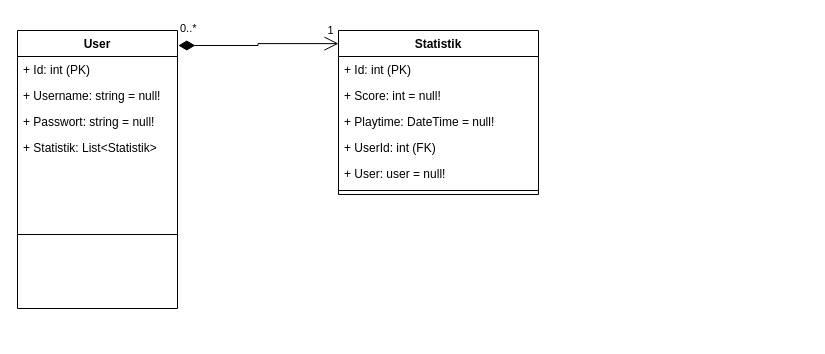
Before: Doppelt_UML.drawio in BaranAlg/Multitool-Project, a draw.io diagram. Source tidied: cells renumbered, new cells numbered last; positions are measured from the earlier drawing's top-left corner, leaving out a move shared by most shapes. Both pictures are drawn from the tidied source at 100%, with x=0, y=0 at pixel (17, 30).
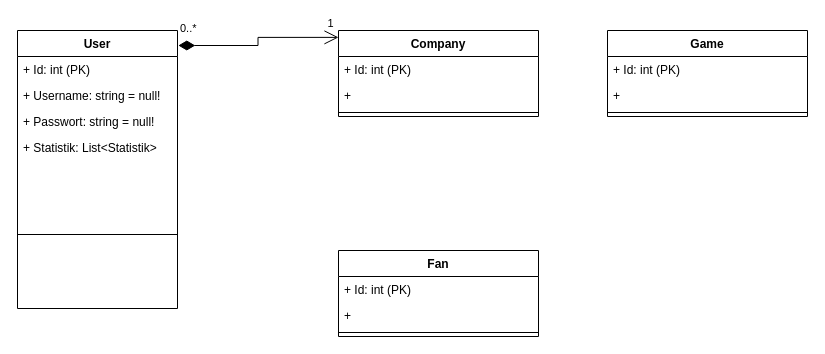
The same diagram, later.

Diff of the diagram source:
```diff
@@
-    <mxCell id="2" value="Statistik" style="swimlane;fontStyle=1;align=center;verticalAlign=top;horizontal=1;startSize=26;whiteSpace=wrap;html=1;" parent="1" vertex="1">
-      <mxGeometry x="321" width="200" height="164" as="geometry" />
+    <mxCell id="2" value="Company" style="swimlane;fontStyle=1;align=center;verticalAlign=top;horizontal=1;startSize=26;whiteSpace=wrap;html=1;" parent="1" vertex="1">
+      <mxGeometry x="321" width="200" height="86" as="geometry" />
     </mxCell>
@@
-    <mxCell id="4" value="+ Score: int = null!" style="text;strokeColor=none;fillColor=none;align=left;verticalAlign=top;spacingLeft=4;spacingRight=4;overflow=hidden;whiteSpace=wrap;html=1;" parent="2" vertex="1">
+    <mxCell id="4" value="+&amp;nbsp;" style="text;strokeColor=none;fillColor=none;align=left;verticalAlign=top;spacingLeft=4;spacingRight=4;overflow=hidden;whiteSpace=wrap;html=1;" parent="2" vertex="1">
       <mxGeometry y="52" width="200" height="26" as="geometry" />
     </mxCell>
-    <mxCell id="5" value="+ Playtime: DateTime = null!" style="text;strokeColor=none;fillColor=none;align=left;verticalAlign=top;spacingLeft=4;spacingRight=4;overflow=hidden;whiteSpace=wrap;html=1;" parent="2" vertex="1">
-      <mxGeometry y="78" width="200" height="26" as="geometry" />
-    </mxCell>
-    <mxCell id="6" value="+ UserId: int (FK)" style="text;strokeColor=none;fillColor=none;align=left;verticalAlign=top;spacingLeft=4;spacingRight=4;overflow=hidden;whiteSpace=wrap;html=1;" parent="2" vertex="1">
-      <mxGeometry y="104" width="200" height="26" as="geometry" />
-    </mxCell>
-    <mxCell id="7" value="+ User: user = null!" style="text;strokeColor=none;fillColor=none;align=left;verticalAlign=top;spacingLeft=4;spacingRight=4;overflow=hidden;whiteSpace=wrap;html=1;" parent="2" vertex="1">
-      <mxGeometry y="130" width="200" height="26" as="geometry" />
-    </mxCell>
     <mxCell id="8" style="line;strokeWidth=1;fillColor=none;align=left;verticalAlign=middle;spacingTop=-1;spacingLeft=3;spacingRight=3;labelPosition=right;strokeColor=inherit;" parent="2" vertex="1">
-      <mxGeometry y="156" width="200" height="8" as="geometry" />
+      <mxGeometry y="78" width="200" height="8" as="geometry" />
     </mxCell>
@@
+    <mxCell id="17" value="Game" style="swimlane;fontStyle=1;align=center;verticalAlign=top;horizontal=1;startSize=26;whiteSpace=wrap;html=1;" parent="1" vertex="1">
+      <mxGeometry x="590" width="200" height="86" as="geometry" />
+    </mxCell>
+    <mxCell id="18" value="+ Id: int (PK)" style="text;strokeColor=none;fillColor=none;align=left;verticalAlign=top;spacingLeft=4;spacingRight=4;overflow=hidden;whiteSpace=wrap;html=1;" parent="17" vertex="1">
+      <mxGeometry y="26" width="200" height="26" as="geometry" />
+    </mxCell>
+    <mxCell id="19" value="+&amp;nbsp;" style="text;strokeColor=none;fillColor=none;align=left;verticalAlign=top;spacingLeft=4;spacingRight=4;overflow=hidden;whiteSpace=wrap;html=1;" parent="17" vertex="1">
+      <mxGeometry y="52" width="200" height="26" as="geometry" />
+    </mxCell>
+    <mxCell id="20" style="line;strokeWidth=1;fillColor=none;align=left;verticalAlign=middle;spacingTop=-1;spacingLeft=3;spacingRight=3;labelPosition=right;strokeColor=inherit;" parent="17" vertex="1">
+      <mxGeometry y="78" width="200" height="8" as="geometry" />
+    </mxCell>
+    <mxCell id="21" value="Fan" style="swimlane;fontStyle=1;align=center;verticalAlign=top;horizontal=1;startSize=26;whiteSpace=wrap;html=1;" parent="1" vertex="1">
+      <mxGeometry x="321" y="220" width="200" height="86" as="geometry" />
+    </mxCell>
+    <mxCell id="22" value="+ Id: int (PK)" style="text;strokeColor=none;fillColor=none;align=left;verticalAlign=top;spacingLeft=4;spacingRight=4;overflow=hidden;whiteSpace=wrap;html=1;" parent="21" vertex="1">
+      <mxGeometry y="26" width="200" height="26" as="geometry" />
+    </mxCell>
+    <mxCell id="23" value="+&amp;nbsp;" style="text;strokeColor=none;fillColor=none;align=left;verticalAlign=top;spacingLeft=4;spacingRight=4;overflow=hidden;whiteSpace=wrap;html=1;" parent="21" vertex="1">
+      <mxGeometry y="52" width="200" height="26" as="geometry" />
+    </mxCell>
+    <mxCell id="24" style="line;strokeWidth=1;fillColor=none;align=left;verticalAlign=middle;spacingTop=-1;spacingLeft=3;spacingRight=3;labelPosition=right;strokeColor=inherit;" parent="21" vertex="1">
+      <mxGeometry y="78" width="200" height="8" as="geometry" />
+    </mxCell>
```
